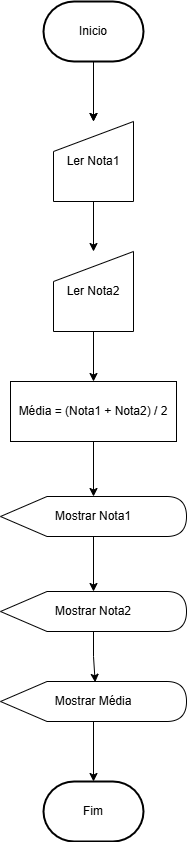
The draw.io diagram ex1.drawio.png in andrew-cdia/algoritmos-lista1, before a commit. Source tidied: cells renumbered, new cells last; positions are measured from the earlier drawing's top-left corner, leaving out a move shared by most shapes.
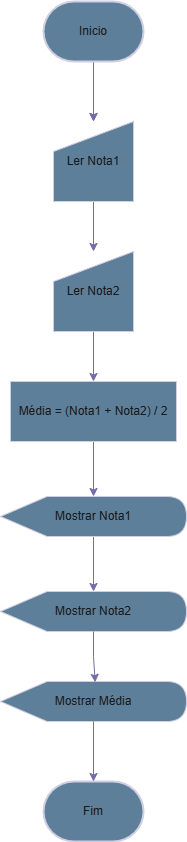
The same file after the commit.

Change to the diagram source:
```diff
@@ -2,52 +2,52 @@
   <root>
     <mxCell id="0" />
     <mxCell id="1" parent="0" />
-    <mxCell id="2" style="edgeStyle=orthogonalEdgeStyle;rounded=0;jettySize=auto;html=1;labelBackgroundColor=none;fontColor=default;" parent="1" edge="1" source="4" target="7">
+    <mxCell id="2" style="edgeStyle=orthogonalEdgeStyle;rounded=0;jettySize=auto;html=1;labelBackgroundColor=none;fontColor=default;strokeColor=#736CA8;" parent="1" edge="1" source="4" target="7">
       <mxGeometry relative="1" as="geometry" />
     </mxCell>
-    <mxCell id="3" style="edgeStyle=orthogonalEdgeStyle;rounded=0;jettySize=auto;html=1;entryX=0.5;entryY=0;entryDx=0;entryDy=0;labelBackgroundColor=none;fontColor=default;" parent="1" edge="1" source="4" target="7">
+    <mxCell id="3" style="edgeStyle=orthogonalEdgeStyle;rounded=0;jettySize=auto;html=1;entryX=0.5;entryY=0;entryDx=0;entryDy=0;labelBackgroundColor=none;fontColor=default;strokeColor=#736CA8;" parent="1" edge="1" source="4" target="7">
       <mxGeometry relative="1" as="geometry" />
     </mxCell>
-    <mxCell id="4" value="Inicio" style="strokeWidth=2;html=1;shape=mxgraph.flowchart.terminator;whiteSpace=wrap;labelBackgroundColor=none;" parent="1" vertex="1">
+    <mxCell id="4" value="Inicio" style="strokeWidth=2;html=1;shape=mxgraph.flowchart.terminator;whiteSpace=wrap;labelBackgroundColor=none;fillColor=#5D7F99;strokeColor=#D0CEE2;fontColor=#1A1A1A;" parent="1" vertex="1">
       <mxGeometry x="43" width="100" height="60" as="geometry" />
     </mxCell>
-    <mxCell id="5" value="Fim" style="strokeWidth=2;html=1;shape=mxgraph.flowchart.terminator;whiteSpace=wrap;labelBackgroundColor=none;" parent="1" vertex="1">
+    <mxCell id="5" value="Fim" style="strokeWidth=2;html=1;shape=mxgraph.flowchart.terminator;whiteSpace=wrap;labelBackgroundColor=none;fillColor=#5D7F99;strokeColor=#D0CEE2;fontColor=#1A1A1A;" parent="1" vertex="1">
       <mxGeometry x="43" y="780" width="100" height="60" as="geometry" />
     </mxCell>
-    <mxCell id="6" style="edgeStyle=orthogonalEdgeStyle;rounded=0;jettySize=auto;html=1;labelBackgroundColor=none;fontColor=default;" parent="1" edge="1" source="7" target="9">
+    <mxCell id="6" style="edgeStyle=orthogonalEdgeStyle;rounded=0;jettySize=auto;html=1;labelBackgroundColor=none;fontColor=default;strokeColor=#736CA8;" parent="1" edge="1" source="7" target="9">
       <mxGeometry relative="1" as="geometry" />
     </mxCell>
-    <mxCell id="7" value="Ler Nota1" style="shape=manualInput;whiteSpace=wrap;html=1;labelBackgroundColor=none;" parent="1" vertex="1">
+    <mxCell id="7" value="Ler Nota1" style="shape=manualInput;whiteSpace=wrap;html=1;labelBackgroundColor=none;fillColor=#5D7F99;strokeColor=#D0CEE2;fontColor=#1A1A1A;" parent="1" vertex="1">
       <mxGeometry x="53" y="120" width="80" height="80" as="geometry" />
     </mxCell>
-    <mxCell id="8" style="edgeStyle=orthogonalEdgeStyle;rounded=0;jettySize=auto;html=1;labelBackgroundColor=none;fontColor=default;" parent="1" edge="1" source="9" target="11">
+    <mxCell id="8" style="edgeStyle=orthogonalEdgeStyle;rounded=0;jettySize=auto;html=1;labelBackgroundColor=none;fontColor=default;strokeColor=#736CA8;" parent="1" edge="1" source="9" target="11">
       <mxGeometry relative="1" as="geometry" />
     </mxCell>
-    <mxCell id="9" value="Ler Nota2" style="shape=manualInput;whiteSpace=wrap;html=1;labelBackgroundColor=none;" parent="1" vertex="1">
+    <mxCell id="9" value="Ler Nota2" style="shape=manualInput;whiteSpace=wrap;html=1;labelBackgroundColor=none;fillColor=#5D7F99;strokeColor=#D0CEE2;fontColor=#1A1A1A;" parent="1" vertex="1">
       <mxGeometry x="53" y="250" width="80" height="80" as="geometry" />
     </mxCell>
-    <mxCell id="10" style="edgeStyle=orthogonalEdgeStyle;rounded=0;jettySize=auto;html=1;labelBackgroundColor=none;fontColor=default;" parent="1" edge="1" source="11" target="13">
+    <mxCell id="10" style="edgeStyle=orthogonalEdgeStyle;rounded=0;jettySize=auto;html=1;labelBackgroundColor=none;fontColor=default;strokeColor=#736CA8;" parent="1" edge="1" source="11" target="13">
       <mxGeometry relative="1" as="geometry" />
     </mxCell>
-    <mxCell id="11" value="Média = (Nota1 + Nota2) / 2" style="rounded=0;whiteSpace=wrap;html=1;labelBackgroundColor=none;" parent="1" vertex="1">
+    <mxCell id="11" value="Média = (Nota1 + Nota2) / 2" style="rounded=0;whiteSpace=wrap;html=1;labelBackgroundColor=none;fillColor=#5D7F99;strokeColor=#D0CEE2;fontColor=#1A1A1A;" parent="1" vertex="1">
       <mxGeometry x="10" y="380" width="166" height="60" as="geometry" />
     </mxCell>
-    <mxCell id="12" style="edgeStyle=orthogonalEdgeStyle;rounded=0;jettySize=auto;html=1;labelBackgroundColor=none;fontColor=default;" parent="1" edge="1" source="13" target="14">
+    <mxCell id="12" style="edgeStyle=orthogonalEdgeStyle;rounded=0;jettySize=auto;html=1;labelBackgroundColor=none;fontColor=default;strokeColor=#736CA8;" parent="1" edge="1" source="13" target="14">
       <mxGeometry relative="1" as="geometry" />
     </mxCell>
-    <mxCell id="13" value="Mostrar Nota1" style="shape=display;whiteSpace=wrap;html=1;labelBackgroundColor=none;" parent="1" vertex="1">
+    <mxCell id="13" value="Mostrar Nota1" style="shape=display;whiteSpace=wrap;html=1;labelBackgroundColor=none;fillColor=#5D7F99;strokeColor=#D0CEE2;fontColor=#1A1A1A;" parent="1" vertex="1">
       <mxGeometry y="495" width="186" height="40" as="geometry" />
     </mxCell>
-    <mxCell id="14" value="Mostrar Nota2" style="shape=display;whiteSpace=wrap;html=1;labelBackgroundColor=none;" parent="1" vertex="1">
+    <mxCell id="14" value="Mostrar Nota2" style="shape=display;whiteSpace=wrap;html=1;labelBackgroundColor=none;fillColor=#5D7F99;strokeColor=#D0CEE2;fontColor=#1A1A1A;" parent="1" vertex="1">
       <mxGeometry y="590" width="186" height="40" as="geometry" />
     </mxCell>
-    <mxCell id="15" value="Mostrar Média" style="shape=display;whiteSpace=wrap;html=1;labelBackgroundColor=none;" parent="1" vertex="1">
+    <mxCell id="15" value="Mostrar Média" style="shape=display;whiteSpace=wrap;html=1;labelBackgroundColor=none;fillColor=#5D7F99;strokeColor=#D0CEE2;fontColor=#1A1A1A;" parent="1" vertex="1">
       <mxGeometry y="680" width="186" height="40" as="geometry" />
     </mxCell>
-    <mxCell id="16" style="edgeStyle=orthogonalEdgeStyle;rounded=0;jettySize=auto;html=1;entryX=0.509;entryY=0.02;entryDx=0;entryDy=0;entryPerimeter=0;labelBackgroundColor=none;fontColor=default;" parent="1" edge="1" source="14" target="15">
+    <mxCell id="16" style="edgeStyle=orthogonalEdgeStyle;rounded=0;jettySize=auto;html=1;entryX=0.509;entryY=0.02;entryDx=0;entryDy=0;entryPerimeter=0;labelBackgroundColor=none;fontColor=default;strokeColor=#736CA8;" parent="1" edge="1" source="14" target="15">
       <mxGeometry relative="1" as="geometry" />
     </mxCell>
-    <mxCell id="17" style="edgeStyle=orthogonalEdgeStyle;rounded=0;jettySize=auto;html=1;entryX=0.5;entryY=0;entryDx=0;entryDy=0;entryPerimeter=0;labelBackgroundColor=none;fontColor=default;" parent="1" edge="1" source="15" target="5">
+    <mxCell id="17" style="edgeStyle=orthogonalEdgeStyle;rounded=0;jettySize=auto;html=1;entryX=0.5;entryY=0;entryDx=0;entryDy=0;entryPerimeter=0;labelBackgroundColor=none;fontColor=default;strokeColor=#736CA8;" parent="1" edge="1" source="15" target="5">
       <mxGeometry relative="1" as="geometry" />
     </mxCell>
   </root>
```
